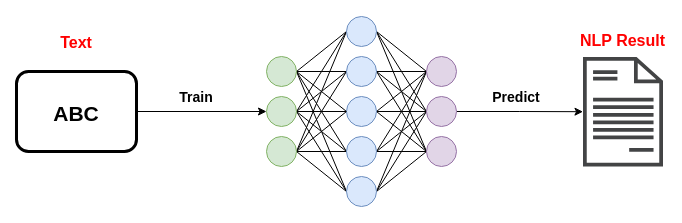
Before: page "图1.1 单模态信息检索" (1 of 6) of 论文/第1章/第一章.drawio in ssl1995/draw, a draw.io diagram. Source tidied: cells renumbered, new cells numbered last; positions are measured from the earlier drawing's top-left corner, leaving out a move shared by most shapes. Both pictures are drawn from the tidied source at 100%, with x=0, y=0 at pixel (16, 16).
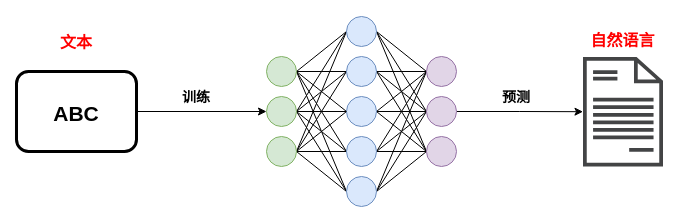
The same page after the edit.

The edit, as a diff of the source:
```diff
@@
-    <mxCell id="47" value="Train" style="text;strokeColor=none;fillColor=none;align=center;verticalAlign=middle;rounded=0;fontSize=14;fontStyle=1;" parent="1" vertex="1">
+    <mxCell id="47" value="训练" style="text;strokeColor=none;fillColor=none;align=center;verticalAlign=middle;rounded=0;fontSize=14;fontStyle=1;" parent="1" vertex="1">
       <mxGeometry x="150" y="65" width="60" height="30" as="geometry" />
     </mxCell>
-    <mxCell id="48" value="Predict" style="text;strokeColor=none;fillColor=none;align=center;verticalAlign=middle;rounded=0;fontSize=14;fontStyle=1;" parent="1" vertex="1">
+    <mxCell id="48" value="预测" style="text;strokeColor=none;fillColor=none;align=center;verticalAlign=middle;rounded=0;fontSize=14;fontStyle=1;" parent="1" vertex="1">
       <mxGeometry x="470" y="65" width="60" height="30" as="geometry" />
     </mxCell>
-    <mxCell id="49" value="Text" style="text;strokeColor=none;fillColor=none;align=center;verticalAlign=middle;rounded=0;fontSize=16;fontStyle=1;fontColor=#FF0000;" parent="1" vertex="1">
+    <mxCell id="49" value="文本" style="text;strokeColor=none;fillColor=none;align=center;verticalAlign=middle;rounded=0;fontSize=16;fontStyle=1;fontColor=#FF0000;" parent="1" vertex="1">
       <mxGeometry x="30" y="10" width="60" height="30" as="geometry" />
     </mxCell>
-    <mxCell id="50" value="NLP Result" style="text;strokeColor=none;fillColor=none;align=center;verticalAlign=middle;rounded=0;fontSize=16;fontStyle=1;fontColor=#FF0000;" parent="1" vertex="1">
+    <mxCell id="50" value="自然语言" style="text;strokeColor=none;fillColor=none;align=center;verticalAlign=middle;rounded=0;fontSize=16;fontStyle=1;fontColor=#FF0000;" parent="1" vertex="1">
       <mxGeometry x="566.5" y="10" width="80" height="25" as="geometry" />
     </mxCell>
```
